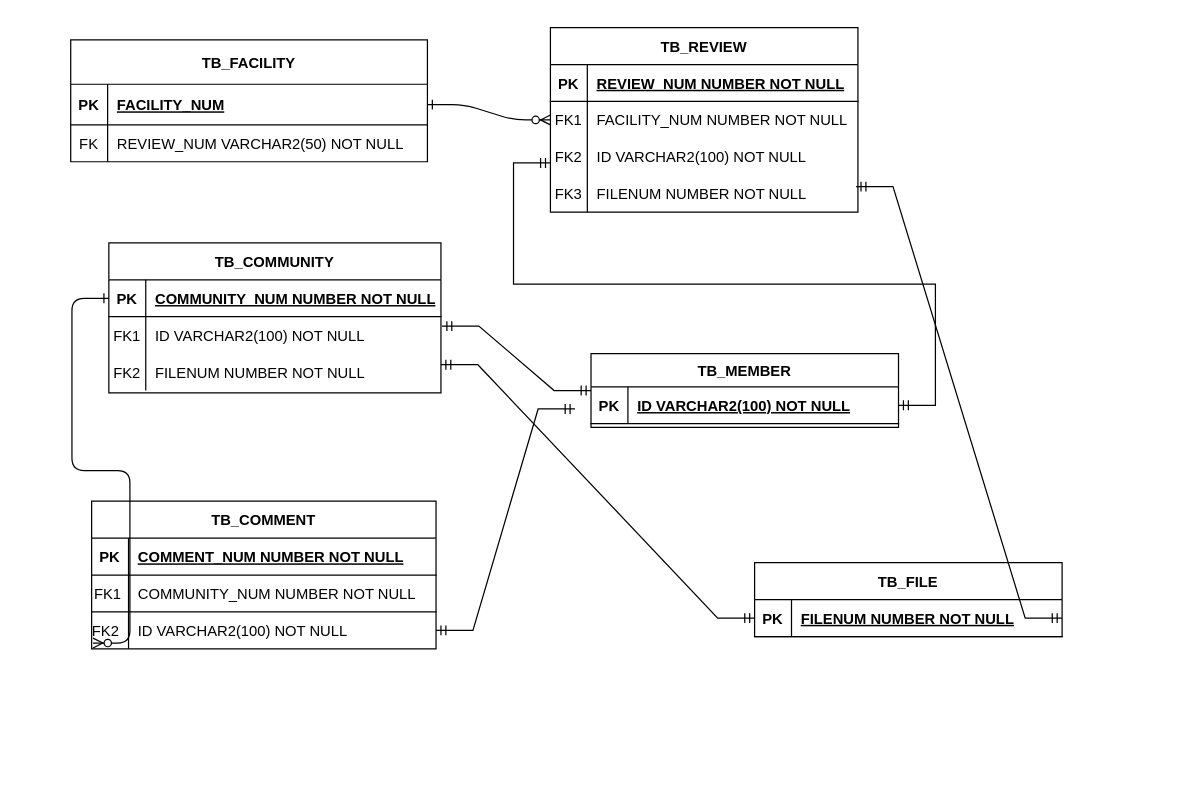
rimgosu/ProjectStudy keeps this draw.io diagram as document/제목 없는 다이어그램.drawio. Above is the earlier version. Source tidied: cells renumbered, new cells numbered last; positions are measured from the earlier drawing's top-left corner, leaving out a move shared by most shapes. Both pictures are drawn from the tidied source at 123%, with x=0, y=0 at pixel (70, 27).
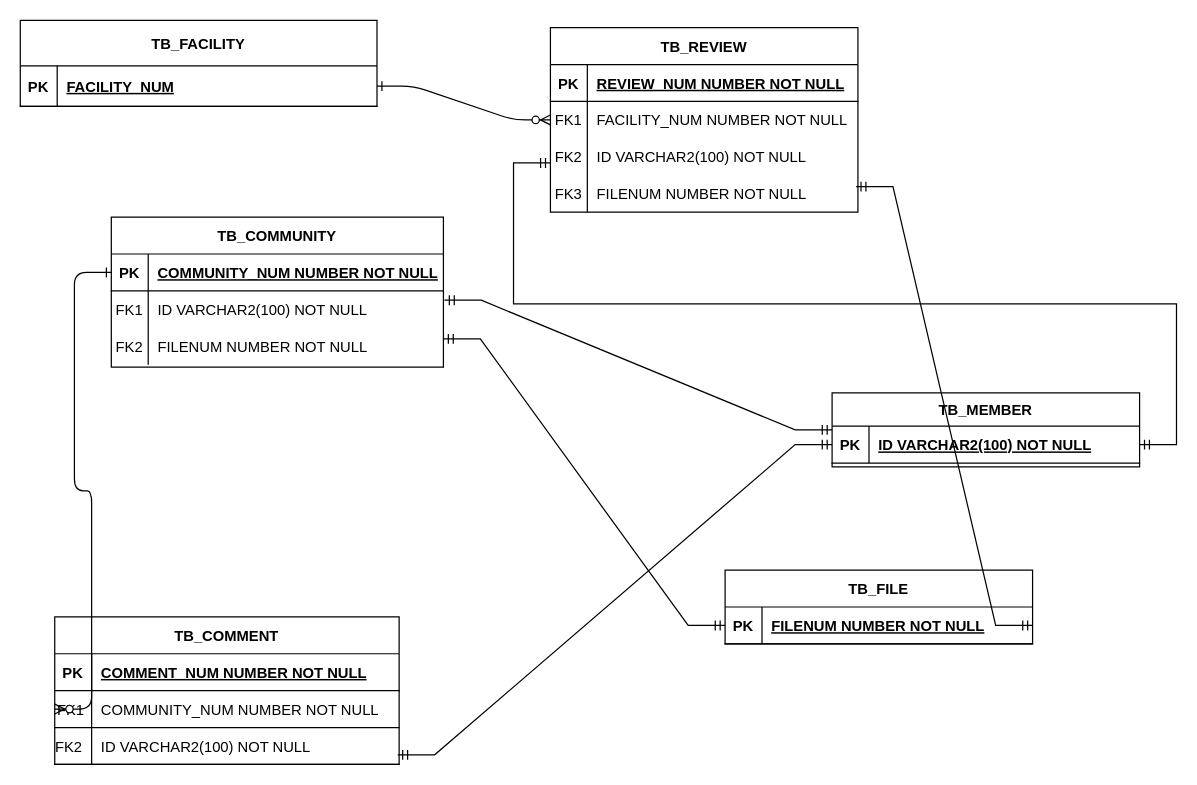
After the change.

Commit message:
제목 없는 다이어그램.drawio 업데이트

Unchanged cells that the change refers to:
```xml
<mxCell id="17" style="shape=partialRectangle;fillColor=none;points=[[0,0.5],[1,0.5]];portConstraint=eastwest;top=0;left=0;right=0;bottom=1;" parent="16" vertex="1">
  <mxGeometry y="27" width="250" height="30" as="geometry" />
</mxCell>
<mxCell id="28" style="shape=partialRectangle;fillColor=none;points=[[0,0.5],[1,0.5]];portConstraint=eastwest;top=0;left=0;right=0;bottom=1;" parent="27" vertex="1">
  <mxGeometry y="30" width="270" height="30" as="geometry" />
</mxCell>
<mxCell id="41" style="shape=partialRectangle;fillColor=none;points=[[0,0.5],[1,0.5]];portConstraint=eastwest;top=0;left=0;right=0;bottom=1;" parent="37" vertex="1">
  <mxGeometry y="60" width="280" height="30" as="geometry" />
</mxCell>
```

Diff of the diagram source:
```diff
@@
     <mxCell id="16" value="TB_MEMBER" style="shape=table;startSize=27;childLayout=tableLayout;rowLines=0;fontStyle=1;align=center;" parent="1" vertex="1">
-      <mxGeometry x="423" y="265" width="250" height="60" as="geometry" />
+      <mxGeometry x="619" y="297" width="250" height="60" as="geometry" />
     </mxCell>
@@
-    <mxCell id="20" value="TB_FACILITY" style="shape=table;startSize=36;childLayout=tableLayout;rowLines=0;fontStyle=1;align=center;" parent="1" vertex="1">
-      <mxGeometry y="10" width="290" height="99" as="geometry" />
+    <mxCell id="20" value="TB_FACILITY" style="shape=table;startSize=37;childLayout=tableLayout;rowLines=0;fontStyle=1;align=center;" parent="1" vertex="1">
+      <mxGeometry x="-41" y="-6" width="290" height="70" as="geometry" />
     </mxCell>
     <mxCell id="21" style="shape=partialRectangle;fillColor=none;points=[[0,0.5],[1,0.5]];portConstraint=eastwest;top=0;left=0;right=0;bottom=1;" parent="20" vertex="1">
-      <mxGeometry y="36" width="290" height="33" as="geometry" />
+      <mxGeometry y="37" width="290" height="33" as="geometry" />
     </mxCell>
@@
-    <mxCell id="24" style="shape=partialRectangle;fillColor=none;top=0;left=0;right=0;bottom=0;" parent="20" vertex="1">
-      <mxGeometry y="69" width="290" height="30" as="geometry" />
-    </mxCell>
-    <mxCell id="25" value="FK" style="shape=partialRectangle;overflow=hidden;fillColor=none;top=0;left=0;bottom=0;right=0;" parent="24" vertex="1">
-      <mxGeometry width="30" height="30" as="geometry" />
-    </mxCell>
-    <mxCell id="26" value="REVIEW_NUM VARCHAR2(50) NOT NULL" style="shape=partialRectangle;overflow=hidden;fillColor=none;top=0;left=0;bottom=0;right=0;align=left;spacingLeft=6;" parent="24" vertex="1">
-      <mxGeometry x="30" width="260" height="30" as="geometry" />
-    </mxCell>
     <mxCell id="27" value="TB_COMMUNITY" style="shape=table;startSize=30;childLayout=tableLayout;rowLines=0;fontStyle=1;align=center;" parent="1" vertex="1">
-      <mxGeometry x="31" y="175" width="270" height="122" as="geometry" />
+      <mxGeometry x="33" y="154" width="270" height="122" as="geometry" />
     </mxCell>
@@
     <mxCell id="37" value="TB_COMMENT" style="shape=table;startSize=30;childLayout=tableLayout;rowLines=0;fontStyle=1;align=center;" parent="1" vertex="1">
-      <mxGeometry x="17" y="385" width="280" height="120" as="geometry" />
+      <mxGeometry x="-13" y="479" width="280" height="120" as="geometry" />
     </mxCell>
@@
-    <mxCell id="44" style="shape=partialRectangle;fillColor=none;points=[[0,0.5],[1,0.5]];portConstraint=eastwest;top=0;left=0;right=0;bottom=0;" parent="37" vertex="1">
-      <mxGeometry y="90" width="280" height="30" as="geometry" />
-    </mxCell>
+    <mxCell id="57" style="shape=partialRectangle;fillColor=none;points=[[0,0.5],[1,0.5]];portConstraint=eastwest;top=0;left=0;right=0;bottom=1;" parent="37" vertex="1">
+      <mxGeometry y="90" width="280" height="30" as="geometry" />
+    </mxCell>
-    <mxCell id="45" value="FK2  " style="shape=partialRectangle;overflow=hidden;fillColor=none;top=0;left=0;bottom=0;right=0;" parent="44" vertex="1">
+    <mxCell id="45" value="FK2  " style="shape=partialRectangle;overflow=hidden;fillColor=none;top=0;left=0;bottom=0;right=0;fontStyle=0;" parent="57" vertex="1">
       <mxGeometry width="30" height="30" as="geometry" />
     </mxCell>
-    <mxCell id="46" value="ID VARCHAR2(100) NOT NULL" style="shape=partialRectangle;overflow=hidden;fillColor=none;top=0;left=0;bottom=0;right=0;align=left;spacingLeft=6;" parent="44" vertex="1">
+    <mxCell id="46" value="ID VARCHAR2(100) NOT NULL" style="shape=partialRectangle;overflow=hidden;fillColor=none;top=0;left=0;bottom=0;right=0;align=left;spacingLeft=6;fontStyle=0;" parent="57" vertex="1">
       <mxGeometry x="30" width="250" height="30" as="geometry" />
     </mxCell>
@@
-    <mxCell id="48" style="edgeStyle=entityRelationEdgeStyle;fontSize=12;html=1;endArrow=ERmandOne;startArrow=ERmandOne;rounded=0;exitX=1;exitY=0.5;exitDx=0;exitDy=0;" parent="1" edge="1" source="44">
+    <mxCell id="48" style="edgeStyle=entityRelationEdgeStyle;fontSize=12;html=1;endArrow=ERmandOne;startArrow=ERmandOne;rounded=0;exitX=0.996;exitY=0.739;exitDx=0;exitDy=0;entryX=0;entryY=0.5;entryDx=0;entryDy=0;exitPerimeter=0;" parent="1" edge="1" source="57" target="17">
       <mxGeometry relative="1" as="geometry">
-        <mxPoint x="410" y="310" as="targetPoint" />
         <Array as="points">
           <mxPoint x="300" y="220" />
         </Array>
       </mxGeometry>
     </mxCell>
-    <mxCell id="49" style="edgeStyle=entityRelationEdgeStyle;endArrow=ERzeroToMany;startArrow=ERone;endFill=1;startFill=0;exitX=0;exitY=0.5;exitDx=0;exitDy=0;entryX=0.004;entryY=0.844;entryDx=0;entryDy=0;entryPerimeter=0;" parent="1" edge="1" source="28" target="44">
+    <mxCell id="49" style="edgeStyle=entityRelationEdgeStyle;endArrow=ERzeroToMany;startArrow=ERone;endFill=1;startFill=0;exitX=0;exitY=0.5;exitDx=0;exitDy=0;entryX=0;entryY=0.5;entryDx=0;entryDy=0;" parent="1" edge="1" source="28" target="41">
       <mxGeometry relative="1" as="geometry" />
     </mxCell>
@@
     <mxCell id="51" value="TB_FILE" style="shape=table;startSize=30;childLayout=tableLayout;rowLines=0;fontStyle=1;align=center;" parent="1" vertex="1">
-      <mxGeometry x="556" y="435" width="250" height="60" as="geometry" />
+      <mxGeometry x="532" y="441" width="250" height="60" as="geometry" />
     </mxCell>
```
